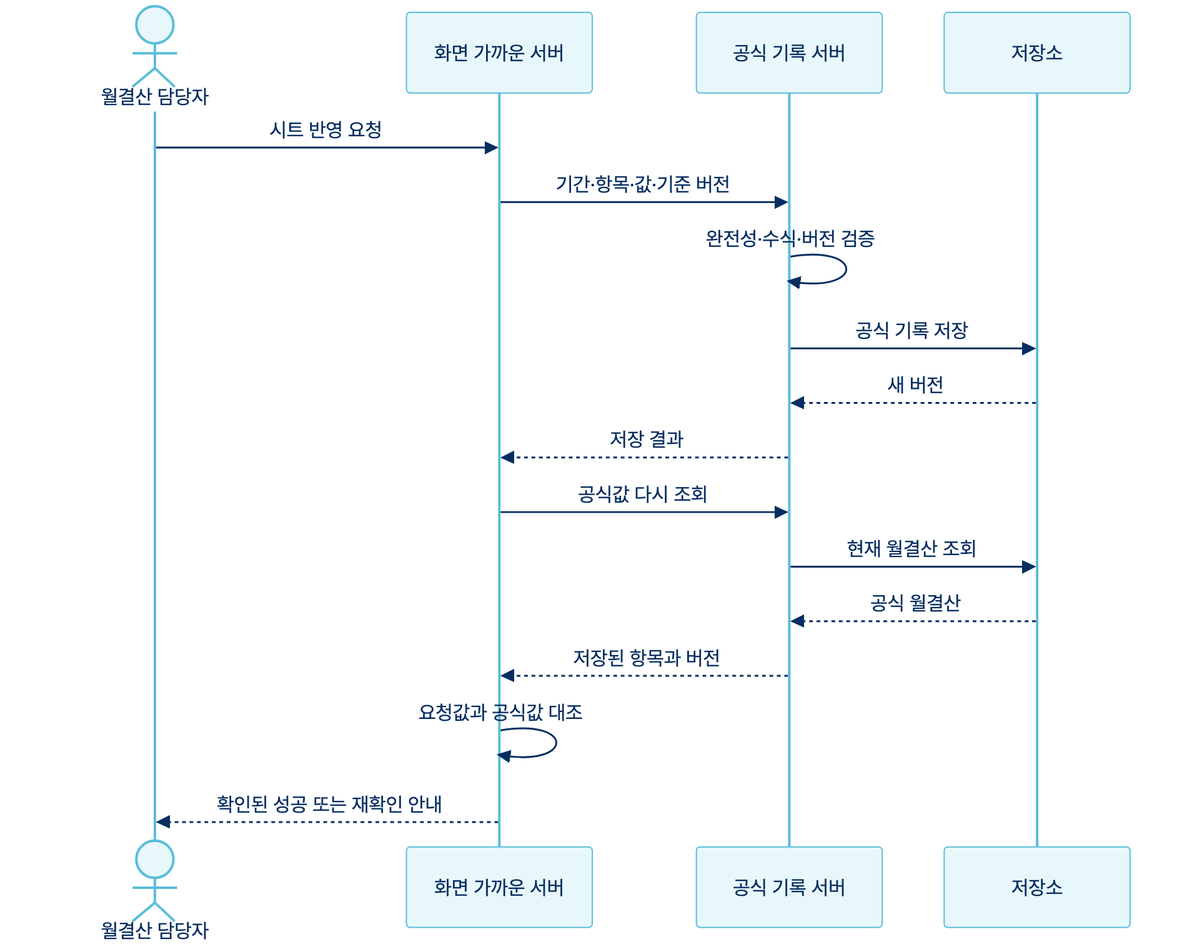
Above: assets/images/diagrams/building-ledger-04/03-write-readback.png in merryAI-dev/merryAI-dev.github.io (Mermaid), before the change. Its source is kept beside it as assets/images/diagrams/building-ledger-04/03-write-readback.mmd. Its diagram source:
```mermaid
---
config:
  theme: base
  look: handDrawn
  themeVariables:
    fontFamily: Pretendard
    primaryColor: '#E8F7FB'
    primaryTextColor: '#062E61'
    primaryBorderColor: '#59BDD8'
    lineColor: '#5F7082'
    secondaryColor: '#FFF3E8'
---
sequenceDiagram
    actor U as 월결산 담당자
    participant B as 화면 가까운 서버
    participant J as 공식 기록 서버
    participant S as 저장소
    U->>B: 시트 반영 요청
    B->>J: 기간·항목·값·기준 버전
    J->>J: 완전성·수식·버전 검증
    J->>S: 공식 기록 저장
    S-->>J: 새 버전
    J-->>B: 저장 결과
    B->>J: 공식값 다시 조회
    J->>S: 현재 월결산 조회
    S-->>J: 공식 월결산
    J-->>B: 저장된 항목과 버전
    B->>B: 요청값과 공식값 대조
    B-->>U: 확인된 성공 또는 재확인 안내
```
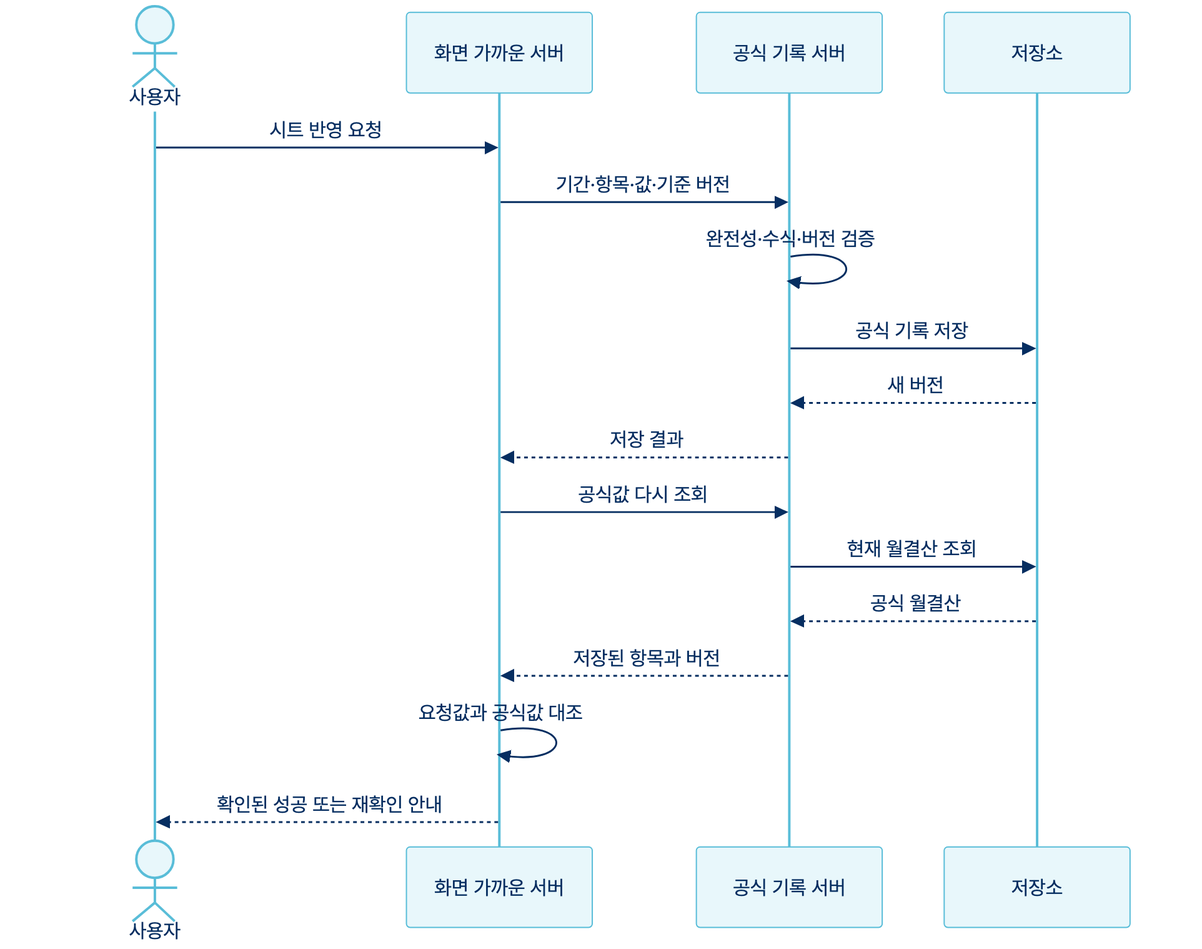
After the commit.

Change to the diagram source:
```diff
@@ -11,7 +11,7 @@
     secondaryColor: '#FFF3E8'
 ---
 sequenceDiagram
-    actor U as 월결산 담당자
+    actor U as 사용자
     participant B as 화면 가까운 서버
     participant J as 공식 기록 서버
     participant S as 저장소
```
